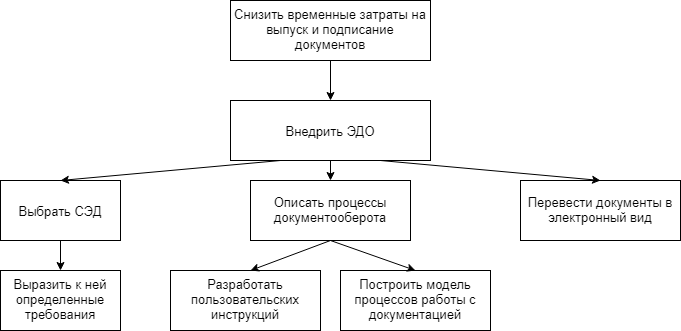
This is Древо проблем.png from KnopaEl/projectedo, a draw.io export, as it was before one commit. Source tidied: cells renumbered, new cells last; positions are measured from the earlier drawing's top-left corner, leaving out a move shared by most shapes.
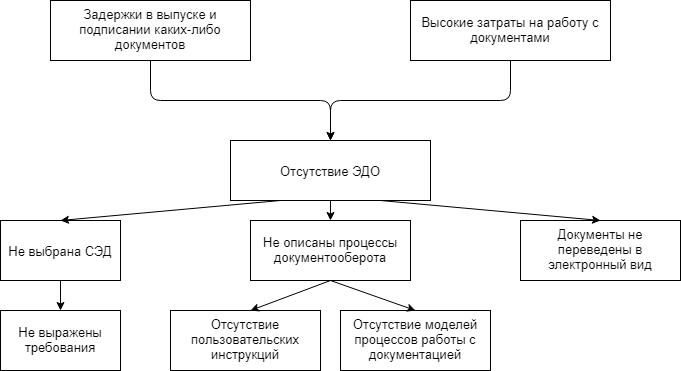
After the change.

Change to the diagram source:
```diff
@@ -2,36 +2,49 @@
   <root>
     <mxCell id="0" />
     <mxCell id="1" parent="0" />
+    <mxCell id="17" value="Высокие затраты на работу с документами" style="rounded=0;whiteSpace=wrap;html=1;" parent="1" vertex="1">
+      <mxGeometry x="410" y="-40" width="200" height="60" as="geometry" />
+    </mxCell>
-    <mxCell id="2" value="Снизить временные затраты на выпуск и подписание документов" style="rounded=0;whiteSpace=wrap;html=1;" parent="1" vertex="1">
-      <mxGeometry x="230" width="200" height="60" as="geometry" />
+    <mxCell id="2" value="Задержки в выпуске и подписании каких-либо документов" style="rounded=0;whiteSpace=wrap;html=1;" parent="1" vertex="1">
+      <mxGeometry x="50" y="-40" width="200" height="60" as="geometry" />
     </mxCell>
     <mxCell id="3" style="endArrow=classic;html=1;exitX=0.5;exitY=1;exitDx=0;exitDy=0;" parent="1" edge="1" source="2">
       <mxGeometry relative="1" as="geometry">
         <mxPoint x="330" y="100" as="targetPoint" />
         <Array as="points">
+          <mxPoint x="150" y="60" />
           <mxPoint x="330" y="60" />
         </Array>
       </mxGeometry>
     </mxCell>
+    <mxCell id="18" style="endArrow=classic;html=1;exitX=0.5;exitY=1;exitDx=0;exitDy=0;" parent="1" edge="1" source="17">
+      <mxGeometry relative="1" as="geometry">
+        <mxPoint x="330" y="100" as="targetPoint" />
+        <Array as="points">
+          <mxPoint x="510" y="60" />
+          <mxPoint x="330" y="60" />
+        </Array>
+      </mxGeometry>
+    </mxCell>
-    <mxCell id="4" value="Внедрить ЭДО" style="rounded=0;whiteSpace=wrap;html=1;" parent="1" vertex="1">
+    <mxCell id="4" value="Отсутствие ЭДО" style="rounded=0;whiteSpace=wrap;html=1;" parent="1" vertex="1">
       <mxGeometry x="230" y="100" width="200" height="60" as="geometry" />
     </mxCell>
-    <mxCell id="5" value="Выбрать СЭД" style="rounded=0;whiteSpace=wrap;html=1;" parent="1" vertex="1">
+    <mxCell id="5" value="Не выбрана СЭД&lt;span style=&quot;color: rgba(0 , 0 , 0 , 0) ; font-family: monospace ; font-size: 0px ; white-space: nowrap&quot;&gt;%3CmxGraphModel%3E%3Croot%3E%3CmxCell%20id%3D%220%22%2F%3E%3CmxCell%20id%3D%221%22%20parent%3D%220%22%2F%3E%3CmxCell%20id%3D%222%22%20value%3D%22%D0%9E%D1%82%D1%81%D1%83%D1%82%D1%81%D1%82%D0%B2%D0%B8%D0%B5%20%D0%AD%D0%94%D0%9E%22%20style%3D%22rounded%3D0%3BwhiteSpace%3Dwrap%3Bhtml%3D1%3B%22%20vertex%3D%221%22%20parent%3D%221%22%3E%3CmxGeometry%20x%3D%22340%22%20y%3D%22160%22%20width%3D%22200%22%20height%3D%2260%22%20as%3D%22geometry%22%2F%3E%3C%2FmxCell%3E%3C%2Froot%3E%3C%2FmxGraphModel%3E&lt;/span&gt;" style="rounded=0;whiteSpace=wrap;html=1;" parent="1" vertex="1">
       <mxGeometry y="180" width="120" height="60" as="geometry" />
     </mxCell>
-    <mxCell id="6" value="Выразить к ней определенные требования" style="rounded=0;whiteSpace=wrap;html=1;" parent="1" vertex="1">
+    <mxCell id="6" value="Не выражены требования" style="rounded=0;whiteSpace=wrap;html=1;" parent="1" vertex="1">
       <mxGeometry y="270" width="120" height="60" as="geometry" />
     </mxCell>
-    <mxCell id="7" value="Описать процессы документооберота" style="rounded=0;whiteSpace=wrap;html=1;" parent="1" vertex="1">
+    <mxCell id="7" value="Не описаны процессы документооберота" style="rounded=0;whiteSpace=wrap;html=1;" parent="1" vertex="1">
       <mxGeometry x="250" y="180" width="160" height="60" as="geometry" />
     </mxCell>
-    <mxCell id="8" value="Разработать пользовательских инструкций&lt;span style=&quot;color: rgba(0 , 0 , 0 , 0) ; font-family: monospace ; font-size: 0px ; white-space: nowrap&quot;&gt;%3CmxGraphModel%3E%3Croot%3E%3CmxCell%20id%3D%220%22%2F%3E%3CmxCell%20id%3D%221%22%20parent%3D%220%22%2F%3E%3CmxCell%20id%3D%222%22%20value%3D%22%D0%9D%D0%B5%20%D0%BE%D0%BF%D0%B8%D1%81%D0%B0%D0%BD%D1%8B%20%D0%BF%D1%80%D0%BE%D1%86%D0%B5%D1%81%D1%81%D1%8B%20%D0%B4%D0%BE%D0%BA%D1%83%D0%BC%D0%B5%D0%BD%D1%82%D0%BE%D0%BE%D0%B1%D0%B5%D1%80%D0%BE%D1%82%D0%B0%22%20style%3D%22rounded%3D0%3BwhiteSpace%3Dwrap%3Bhtml%3D1%3B%22%20vertex%3D%221%22%20parent%3D%221%22%3E%3CmxGeometry%20x%3D%22360%22%20y%3D%22240%22%20width%3D%22160%22%20height%3D%2260%22%20as%3D%22geometry%22%2F%3E%3C%2FmxCell%3E%3C%2Froot%3E%3C%2FmxGraphModel%3E&lt;/span&gt;" style="rounded=0;whiteSpace=wrap;html=1;" parent="1" vertex="1">
+    <mxCell id="8" value="Отсутствие пользовательских инструкций&lt;span style=&quot;color: rgba(0 , 0 , 0 , 0) ; font-family: monospace ; font-size: 0px ; white-space: nowrap&quot;&gt;%3CmxGraphModel%3E%3Croot%3E%3CmxCell%20id%3D%220%22%2F%3E%3CmxCell%20id%3D%221%22%20parent%3D%220%22%2F%3E%3CmxCell%20id%3D%222%22%20value%3D%22%D0%9D%D0%B5%20%D0%BE%D0%BF%D0%B8%D1%81%D0%B0%D0%BD%D1%8B%20%D0%BF%D1%80%D0%BE%D1%86%D0%B5%D1%81%D1%81%D1%8B%20%D0%B4%D0%BE%D0%BA%D1%83%D0%BC%D0%B5%D0%BD%D1%82%D0%BE%D0%BE%D0%B1%D0%B5%D1%80%D0%BE%D1%82%D0%B0%22%20style%3D%22rounded%3D0%3BwhiteSpace%3Dwrap%3Bhtml%3D1%3B%22%20vertex%3D%221%22%20parent%3D%221%22%3E%3CmxGeometry%20x%3D%22360%22%20y%3D%22240%22%20width%3D%22160%22%20height%3D%2260%22%20as%3D%22geometry%22%2F%3E%3C%2FmxCell%3E%3C%2Froot%3E%3C%2FmxGraphModel%3E&lt;/span&gt;" style="rounded=0;whiteSpace=wrap;html=1;" parent="1" vertex="1">
       <mxGeometry x="170" y="270" width="150" height="60" as="geometry" />
     </mxCell>
-    <mxCell id="9" value="Построить модель процессов работы с документацией" style="rounded=0;whiteSpace=wrap;html=1;" parent="1" vertex="1">
+    <mxCell id="9" value="Отсутствие моделей процессов работы с документацией" style="rounded=0;whiteSpace=wrap;html=1;" parent="1" vertex="1">
       <mxGeometry x="340" y="270" width="150" height="60" as="geometry" />
     </mxCell>
-    <mxCell id="10" value="Перевести документы в электронный вид" style="rounded=0;whiteSpace=wrap;html=1;" parent="1" vertex="1">
+    <mxCell id="10" value="Документы не переведены в электронный вид" style="rounded=0;whiteSpace=wrap;html=1;" parent="1" vertex="1">
       <mxGeometry x="520" y="180" width="160" height="60" as="geometry" />
     </mxCell>
     <mxCell id="11" style="endArrow=classic;html=1;exitX=0.5;exitY=1;exitDx=0;exitDy=0;" parent="1" edge="1" source="4" target="7">
```
